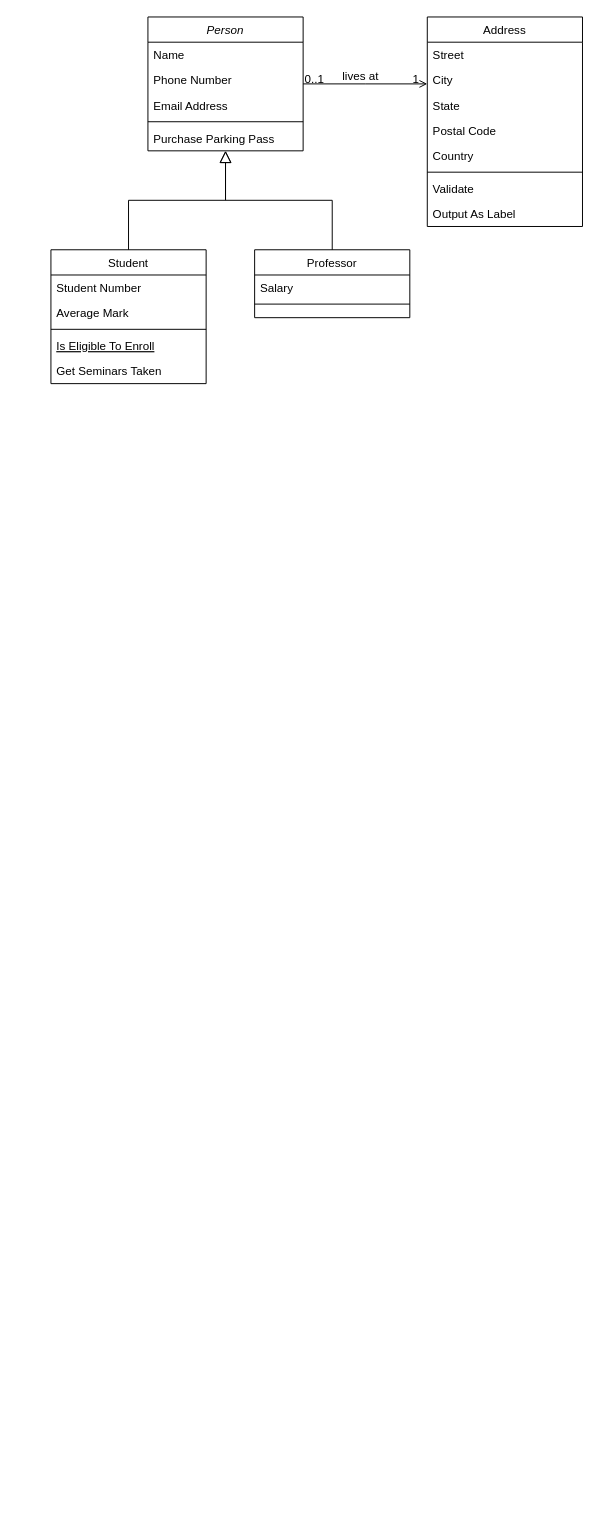
monterdekeanu/monterdekeanu keeps this draw.io diagram as Lazada UML.drawio. Above is the earlier version. Source tidied: cells renumbered, new cells numbered last; positions are measured from the earlier drawing's top-left corner, leaving out a move shared by most shapes. Both pictures are drawn from the tidied source at 97%, with x=0, y=0 at pixel (50, 16).
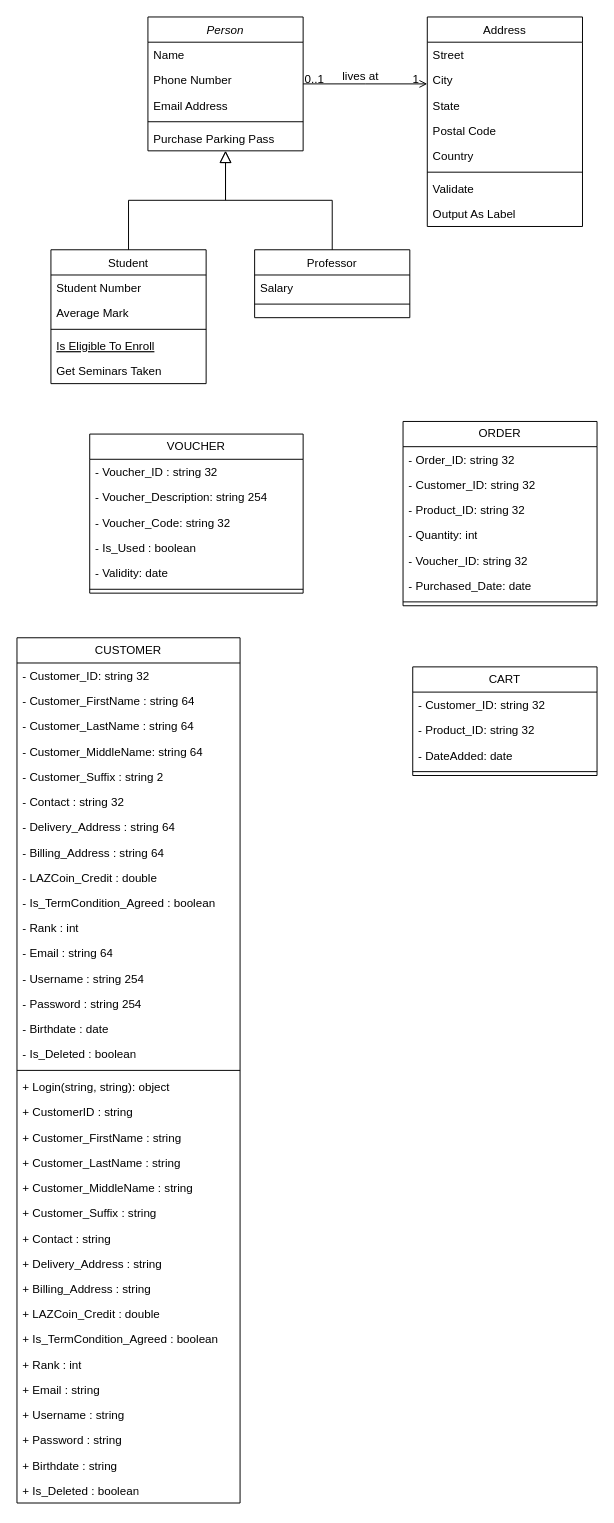
Above is the later version.

The edit, as a diff of the source:
```diff
@@
+    <mxCell id="32" value="VOUCHER" style="swimlane;fontStyle=0;horizontal=1;startSize=26;fillColor=none;whiteSpace=wrap;html=1;" parent="1" vertex="1">
+      <mxGeometry x="40" y="430" width="220" height="164" as="geometry" />
+    </mxCell>
+    <mxCell id="33" value="- Voucher_ID : string 32" style="text;strokeColor=none;fillColor=none;align=left;verticalAlign=top;spacingLeft=4;spacingRight=4;overflow=hidden;whiteSpace=wrap;html=1;" parent="32" vertex="1">
+      <mxGeometry y="26" width="220" height="26" as="geometry" />
+    </mxCell>
+    <mxCell id="34" value="-&amp;nbsp;Voucher_Description: string 254" style="text;strokeColor=none;fillColor=none;align=left;verticalAlign=top;spacingLeft=4;spacingRight=4;overflow=hidden;whiteSpace=wrap;html=1;" parent="32" vertex="1">
+      <mxGeometry y="52" width="220" height="26" as="geometry" />
+    </mxCell>
+    <mxCell id="35" value="-&amp;nbsp;Voucher_Code: string 32" style="text;strokeColor=none;fillColor=none;align=left;verticalAlign=top;spacingLeft=4;spacingRight=4;overflow=hidden;whiteSpace=wrap;html=1;" parent="32" vertex="1">
+      <mxGeometry y="78" width="220" height="26" as="geometry" />
+    </mxCell>
+    <mxCell id="36" value="-&amp;nbsp;Is_Used : boolean" style="text;strokeColor=none;fillColor=none;align=left;verticalAlign=top;spacingLeft=4;spacingRight=4;overflow=hidden;whiteSpace=wrap;html=1;" parent="32" vertex="1">
+      <mxGeometry y="104" width="220" height="26" as="geometry" />
+    </mxCell>
+    <mxCell id="37" value="-&amp;nbsp;Validity: date" style="text;strokeColor=none;fillColor=none;align=left;verticalAlign=top;spacingLeft=4;spacingRight=4;overflow=hidden;whiteSpace=wrap;html=1;" parent="32" vertex="1">
+      <mxGeometry y="130" width="220" height="26" as="geometry" />
+    </mxCell>
+    <mxCell id="38" style="line;strokeWidth=1;fillColor=none;align=left;verticalAlign=middle;spacingTop=-1;spacingLeft=3;spacingRight=3;labelPosition=right;strokeColor=inherit;" parent="32" vertex="1">
+      <mxGeometry y="156" width="220" height="8" as="geometry" />
+    </mxCell>
+    <mxCell id="39" value="ORDER" style="swimlane;fontStyle=0;horizontal=1;startSize=26;fillColor=none;whiteSpace=wrap;html=1;" parent="1" vertex="1">
+      <mxGeometry x="363" y="417" width="200" height="190" as="geometry" />
+    </mxCell>
+    <mxCell id="40" value="- Order_ID: string 32" style="text;strokeColor=none;fillColor=none;align=left;verticalAlign=top;spacingLeft=4;spacingRight=4;overflow=hidden;whiteSpace=wrap;html=1;" parent="39" vertex="1">
+      <mxGeometry y="26" width="200" height="26" as="geometry" />
+    </mxCell>
+    <mxCell id="41" value="-&amp;nbsp;Customer_ID: string 32" style="text;strokeColor=none;fillColor=none;align=left;verticalAlign=top;spacingLeft=4;spacingRight=4;overflow=hidden;whiteSpace=wrap;html=1;" parent="39" vertex="1">
+      <mxGeometry y="52" width="200" height="26" as="geometry" />
+    </mxCell>
+    <mxCell id="42" value="-&amp;nbsp;Product_ID: string 32" style="text;strokeColor=none;fillColor=none;align=left;verticalAlign=top;spacingLeft=4;spacingRight=4;overflow=hidden;whiteSpace=wrap;html=1;" parent="39" vertex="1">
+      <mxGeometry y="78" width="200" height="26" as="geometry" />
+    </mxCell>
+    <mxCell id="43" value="-&amp;nbsp;Quantity: int" style="text;strokeColor=none;fillColor=none;align=left;verticalAlign=top;spacingLeft=4;spacingRight=4;overflow=hidden;whiteSpace=wrap;html=1;" parent="39" vertex="1">
+      <mxGeometry y="104" width="200" height="26" as="geometry" />
+    </mxCell>
+    <mxCell id="44" value="-&amp;nbsp;Voucher_ID: string 32" style="text;strokeColor=none;fillColor=none;align=left;verticalAlign=top;spacingLeft=4;spacingRight=4;overflow=hidden;whiteSpace=wrap;html=1;" parent="39" vertex="1">
+      <mxGeometry y="130" width="200" height="26" as="geometry" />
+    </mxCell>
+    <mxCell id="45" value="-&amp;nbsp;Purchased_Date: date" style="text;strokeColor=none;fillColor=none;align=left;verticalAlign=top;spacingLeft=4;spacingRight=4;overflow=hidden;whiteSpace=wrap;html=1;" parent="39" vertex="1">
+      <mxGeometry y="156" width="200" height="26" as="geometry" />
+    </mxCell>
+    <mxCell id="46" style="line;strokeWidth=1;fillColor=none;align=left;verticalAlign=middle;spacingTop=-1;spacingLeft=3;spacingRight=3;labelPosition=right;strokeColor=inherit;" parent="39" vertex="1">
+      <mxGeometry y="182" width="200" height="8" as="geometry" />
+    </mxCell>
+    <mxCell id="47" value="CUSTOMER" style="swimlane;fontStyle=0;horizontal=1;startSize=26;fillColor=none;whiteSpace=wrap;html=1;" parent="1" vertex="1">
+      <mxGeometry x="-35" y="640" width="230" height="892" as="geometry" />
+    </mxCell>
+    <mxCell id="48" value="- Customer_ID: string 32" style="text;strokeColor=none;fillColor=none;align=left;verticalAlign=top;spacingLeft=4;spacingRight=4;overflow=hidden;whiteSpace=wrap;html=1;" parent="47" vertex="1">
+      <mxGeometry y="26" width="230" height="26" as="geometry" />
+    </mxCell>
+    <mxCell id="49" value="-&amp;nbsp;Customer_FirstName : string 64" style="text;strokeColor=none;fillColor=none;align=left;verticalAlign=top;spacingLeft=4;spacingRight=4;overflow=hidden;whiteSpace=wrap;html=1;" parent="47" vertex="1">
+      <mxGeometry y="52" width="230" height="26" as="geometry" />
+    </mxCell>
+    <mxCell id="50" value="-&amp;nbsp;Customer_LastName : string 64" style="text;strokeColor=none;fillColor=none;align=left;verticalAlign=top;spacingLeft=4;spacingRight=4;overflow=hidden;whiteSpace=wrap;html=1;" parent="47" vertex="1">
+      <mxGeometry y="78" width="230" height="26" as="geometry" />
+    </mxCell>
+    <mxCell id="51" value="-&amp;nbsp;Customer_MiddleName: string 64" style="text;strokeColor=none;fillColor=none;align=left;verticalAlign=top;spacingLeft=4;spacingRight=4;overflow=hidden;whiteSpace=wrap;html=1;" parent="47" vertex="1">
+      <mxGeometry y="104" width="230" height="26" as="geometry" />
+    </mxCell>
+    <mxCell id="52" value="-&amp;nbsp;Customer_Suffix : string 2" style="text;strokeColor=none;fillColor=none;align=left;verticalAlign=top;spacingLeft=4;spacingRight=4;overflow=hidden;whiteSpace=wrap;html=1;" parent="47" vertex="1">
+      <mxGeometry y="130" width="230" height="26" as="geometry" />
+    </mxCell>
+    <mxCell id="53" value="-&amp;nbsp;Contact : string 32" style="text;strokeColor=none;fillColor=none;align=left;verticalAlign=top;spacingLeft=4;spacingRight=4;overflow=hidden;whiteSpace=wrap;html=1;" parent="47" vertex="1">
+      <mxGeometry y="156" width="230" height="26" as="geometry" />
+    </mxCell>
+    <mxCell id="54" value="-&amp;nbsp;Delivery_Address : string 64" style="text;strokeColor=none;fillColor=none;align=left;verticalAlign=top;spacingLeft=4;spacingRight=4;overflow=hidden;whiteSpace=wrap;html=1;" parent="47" vertex="1">
+      <mxGeometry y="182" width="230" height="26" as="geometry" />
+    </mxCell>
+    <mxCell id="55" value="-&amp;nbsp;Billing_Address : string 64" style="text;strokeColor=none;fillColor=none;align=left;verticalAlign=top;spacingLeft=4;spacingRight=4;overflow=hidden;whiteSpace=wrap;html=1;" parent="47" vertex="1">
+      <mxGeometry y="208" width="230" height="26" as="geometry" />
+    </mxCell>
+    <mxCell id="56" value="-&amp;nbsp;LAZCoin_Credit : double" style="text;strokeColor=none;fillColor=none;align=left;verticalAlign=top;spacingLeft=4;spacingRight=4;overflow=hidden;whiteSpace=wrap;html=1;" parent="47" vertex="1">
+      <mxGeometry y="234" width="230" height="26" as="geometry" />
+    </mxCell>
+    <mxCell id="57" value="-&amp;nbsp;Is_TermCondition_Agreed : boolean" style="text;strokeColor=none;fillColor=none;align=left;verticalAlign=top;spacingLeft=4;spacingRight=4;overflow=hidden;whiteSpace=wrap;html=1;" parent="47" vertex="1">
+      <mxGeometry y="260" width="230" height="26" as="geometry" />
+    </mxCell>
+    <mxCell id="58" value="-&amp;nbsp;Rank : int" style="text;strokeColor=none;fillColor=none;align=left;verticalAlign=top;spacingLeft=4;spacingRight=4;overflow=hidden;whiteSpace=wrap;html=1;" parent="47" vertex="1">
+      <mxGeometry y="286" width="230" height="26" as="geometry" />
+    </mxCell>
+    <mxCell id="59" value="-&amp;nbsp;Email : string 64" style="text;strokeColor=none;fillColor=none;align=left;verticalAlign=top;spacingLeft=4;spacingRight=4;overflow=hidden;whiteSpace=wrap;html=1;" parent="47" vertex="1">
+      <mxGeometry y="312" width="230" height="26" as="geometry" />
+    </mxCell>
+    <mxCell id="60" value="-&amp;nbsp;Username : string 254" style="text;strokeColor=none;fillColor=none;align=left;verticalAlign=top;spacingLeft=4;spacingRight=4;overflow=hidden;whiteSpace=wrap;html=1;" parent="47" vertex="1">
+      <mxGeometry y="338" width="230" height="26" as="geometry" />
+    </mxCell>
+    <mxCell id="61" value="-&amp;nbsp;Password : string 254" style="text;strokeColor=none;fillColor=none;align=left;verticalAlign=top;spacingLeft=4;spacingRight=4;overflow=hidden;whiteSpace=wrap;html=1;" parent="47" vertex="1">
+      <mxGeometry y="364" width="230" height="26" as="geometry" />
+    </mxCell>
+    <mxCell id="62" value="-&amp;nbsp;Birthdate : date" style="text;strokeColor=none;fillColor=none;align=left;verticalAlign=top;spacingLeft=4;spacingRight=4;overflow=hidden;whiteSpace=wrap;html=1;" parent="47" vertex="1">
+      <mxGeometry y="390" width="230" height="26" as="geometry" />
+    </mxCell>
+    <mxCell id="63" value="-&amp;nbsp;Is_Deleted : boolean" style="text;strokeColor=none;fillColor=none;align=left;verticalAlign=top;spacingLeft=4;spacingRight=4;overflow=hidden;whiteSpace=wrap;html=1;" parent="47" vertex="1">
+      <mxGeometry y="416" width="230" height="26" as="geometry" />
+    </mxCell>
+    <mxCell id="64" style="line;strokeWidth=1;fillColor=none;align=left;verticalAlign=middle;spacingTop=-1;spacingLeft=3;spacingRight=3;labelPosition=right;strokeColor=inherit;" parent="47" vertex="1">
+      <mxGeometry y="442" width="230" height="8" as="geometry" />
+    </mxCell>
+    <mxCell id="65" value="+ Login(string, string): object" style="text;strokeColor=none;fillColor=none;align=left;verticalAlign=top;spacingLeft=4;spacingRight=4;overflow=hidden;whiteSpace=wrap;html=1;" parent="47" vertex="1">
+      <mxGeometry y="450" width="230" height="26" as="geometry" />
+    </mxCell>
+    <mxCell id="66" value="+ CustomerID : string" style="text;strokeColor=none;fillColor=none;align=left;verticalAlign=top;spacingLeft=4;spacingRight=4;overflow=hidden;whiteSpace=wrap;html=1;" parent="47" vertex="1">
+      <mxGeometry y="476" width="230" height="26" as="geometry" />
+    </mxCell>
+    <mxCell id="67" value="+ Customer_FirstName&amp;nbsp;: string" style="text;strokeColor=none;fillColor=none;align=left;verticalAlign=top;spacingLeft=4;spacingRight=4;overflow=hidden;whiteSpace=wrap;html=1;" parent="47" vertex="1">
+      <mxGeometry y="502" width="230" height="26" as="geometry" />
+    </mxCell>
+    <mxCell id="68" value="+ Customer_LastName&amp;nbsp;: string" style="text;strokeColor=none;fillColor=none;align=left;verticalAlign=top;spacingLeft=4;spacingRight=4;overflow=hidden;whiteSpace=wrap;html=1;" parent="47" vertex="1">
+      <mxGeometry y="528" width="230" height="26" as="geometry" />
+    </mxCell>
+    <mxCell id="69" value="+ Customer_MiddleName : string" style="text;strokeColor=none;fillColor=none;align=left;verticalAlign=top;spacingLeft=4;spacingRight=4;overflow=hidden;whiteSpace=wrap;html=1;" parent="47" vertex="1">
+      <mxGeometry y="554" width="230" height="26" as="geometry" />
+    </mxCell>
+    <mxCell id="70" value="+ Customer_Suffix&amp;nbsp;: string" style="text;strokeColor=none;fillColor=none;align=left;verticalAlign=top;spacingLeft=4;spacingRight=4;overflow=hidden;whiteSpace=wrap;html=1;" parent="47" vertex="1">
+      <mxGeometry y="580" width="230" height="26" as="geometry" />
+    </mxCell>
+    <mxCell id="71" value="+ Contact&amp;nbsp;: string" style="text;strokeColor=none;fillColor=none;align=left;verticalAlign=top;spacingLeft=4;spacingRight=4;overflow=hidden;whiteSpace=wrap;html=1;" parent="47" vertex="1">
+      <mxGeometry y="606" width="230" height="26" as="geometry" />
+    </mxCell>
+    <mxCell id="72" value="+ Delivery_Address&amp;nbsp;: string" style="text;strokeColor=none;fillColor=none;align=left;verticalAlign=top;spacingLeft=4;spacingRight=4;overflow=hidden;whiteSpace=wrap;html=1;" parent="47" vertex="1">
+      <mxGeometry y="632" width="230" height="26" as="geometry" />
+    </mxCell>
+    <mxCell id="73" value="+ Billing_Address&amp;nbsp;: string" style="text;strokeColor=none;fillColor=none;align=left;verticalAlign=top;spacingLeft=4;spacingRight=4;overflow=hidden;whiteSpace=wrap;html=1;" parent="47" vertex="1">
+      <mxGeometry y="658" width="230" height="26" as="geometry" />
+    </mxCell>
+    <mxCell id="74" value="+ LAZCoin_Credit&amp;nbsp;: double" style="text;strokeColor=none;fillColor=none;align=left;verticalAlign=top;spacingLeft=4;spacingRight=4;overflow=hidden;whiteSpace=wrap;html=1;" parent="47" vertex="1">
+      <mxGeometry y="684" width="230" height="26" as="geometry" />
+    </mxCell>
+    <mxCell id="75" value="+ Is_TermCondition_Agreed&amp;nbsp;: boolean" style="text;strokeColor=none;fillColor=none;align=left;verticalAlign=top;spacingLeft=4;spacingRight=4;overflow=hidden;whiteSpace=wrap;html=1;" parent="47" vertex="1">
+      <mxGeometry y="710" width="230" height="26" as="geometry" />
+    </mxCell>
+    <mxCell id="76" value="+ Rank&amp;nbsp;: int" style="text;strokeColor=none;fillColor=none;align=left;verticalAlign=top;spacingLeft=4;spacingRight=4;overflow=hidden;whiteSpace=wrap;html=1;" parent="47" vertex="1">
+      <mxGeometry y="736" width="230" height="26" as="geometry" />
+    </mxCell>
+    <mxCell id="77" value="+ Email&amp;nbsp;: string" style="text;strokeColor=none;fillColor=none;align=left;verticalAlign=top;spacingLeft=4;spacingRight=4;overflow=hidden;whiteSpace=wrap;html=1;" parent="47" vertex="1">
+      <mxGeometry y="762" width="230" height="26" as="geometry" />
+    </mxCell>
+    <mxCell id="78" value="+ Username&amp;nbsp;: string" style="text;strokeColor=none;fillColor=none;align=left;verticalAlign=top;spacingLeft=4;spacingRight=4;overflow=hidden;whiteSpace=wrap;html=1;" parent="47" vertex="1">
+      <mxGeometry y="788" width="230" height="26" as="geometry" />
+    </mxCell>
+    <mxCell id="79" value="+ Password&amp;nbsp;: string" style="text;strokeColor=none;fillColor=none;align=left;verticalAlign=top;spacingLeft=4;spacingRight=4;overflow=hidden;whiteSpace=wrap;html=1;" parent="47" vertex="1">
+      <mxGeometry y="814" width="230" height="26" as="geometry" />
+    </mxCell>
+    <mxCell id="80" value="+ Birthdate&amp;nbsp;: string" style="text;strokeColor=none;fillColor=none;align=left;verticalAlign=top;spacingLeft=4;spacingRight=4;overflow=hidden;whiteSpace=wrap;html=1;" parent="47" vertex="1">
+      <mxGeometry y="840" width="230" height="26" as="geometry" />
+    </mxCell>
+    <mxCell id="81" value="+ Is_Deleted : boolean" style="text;strokeColor=none;fillColor=none;align=left;verticalAlign=top;spacingLeft=4;spacingRight=4;overflow=hidden;whiteSpace=wrap;html=1;" parent="47" vertex="1">
+      <mxGeometry y="866" width="230" height="26" as="geometry" />
+    </mxCell>
+    <mxCell id="82" value="CART" style="swimlane;fontStyle=0;horizontal=1;startSize=26;fillColor=none;whiteSpace=wrap;html=1;" parent="1" vertex="1">
+      <mxGeometry x="373" y="670" width="190" height="112" as="geometry" />
+    </mxCell>
+    <mxCell id="83" value="- Customer_ID: string 32" style="text;strokeColor=none;fillColor=none;align=left;verticalAlign=top;spacingLeft=4;spacingRight=4;overflow=hidden;whiteSpace=wrap;html=1;" parent="82" vertex="1">
+      <mxGeometry y="26" width="190" height="26" as="geometry" />
+    </mxCell>
+    <mxCell id="84" value="- Product_ID: string 32" style="text;strokeColor=none;fillColor=none;align=left;verticalAlign=top;spacingLeft=4;spacingRight=4;overflow=hidden;whiteSpace=wrap;html=1;" parent="82" vertex="1">
+      <mxGeometry y="52" width="190" height="26" as="geometry" />
+    </mxCell>
+    <mxCell id="85" value="- DateAdded: date" style="text;strokeColor=none;fillColor=none;align=left;verticalAlign=top;spacingLeft=4;spacingRight=4;overflow=hidden;whiteSpace=wrap;html=1;" parent="82" vertex="1">
+      <mxGeometry y="78" width="190" height="26" as="geometry" />
+    </mxCell>
+    <mxCell id="86" style="line;strokeWidth=1;fillColor=none;align=left;verticalAlign=middle;spacingTop=-1;spacingLeft=3;spacingRight=3;labelPosition=right;strokeColor=inherit;" parent="82" vertex="1">
+      <mxGeometry y="104" width="190" height="8" as="geometry" />
+    </mxCell>
```
